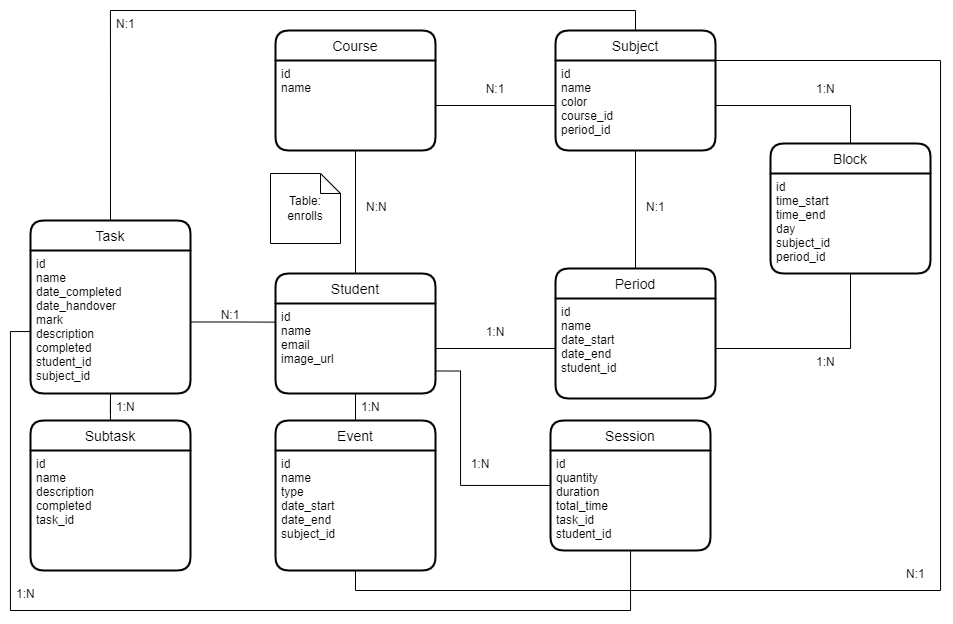
The draw.io diagram er_diagram.png in devjust4/powertask-backend, before a commit. Source tidied: cells renumbered, new cells last; positions are measured from the earlier drawing's top-left corner, leaving out a move shared by most shapes.
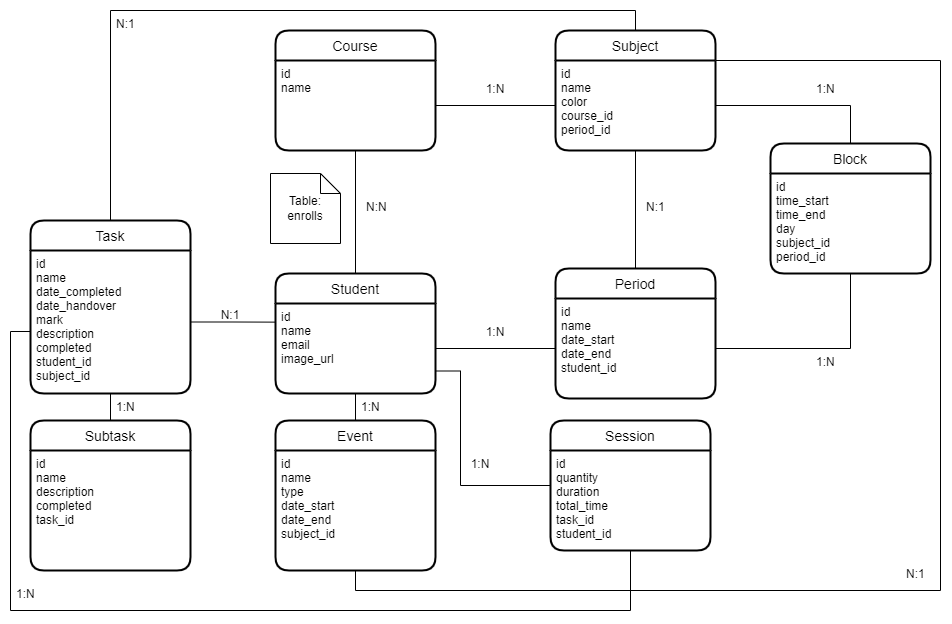
Above is the later version.

The edit, as a diff of the source:
```diff
@@ -29,7 +29,7 @@
     <mxCell id="10" value="id&#10;name&#10;color&#10;course_id&#10;period_id" style="align=left;strokeColor=none;fillColor=none;spacingLeft=4;fontSize=12;verticalAlign=top;rounded=1;shadow=0;" parent="9" vertex="1">
       <mxGeometry y="30" width="160" height="90" as="geometry" />
     </mxCell>
-    <mxCell id="11" value="N:1" style="text;strokeColor=none;fillColor=none;spacingLeft=4;spacingRight=4;overflow=hidden;fontSize=12;rounded=1;shadow=0;align=center;" parent="1" vertex="1">
+    <mxCell id="11" value="1:N" style="text;strokeColor=none;fillColor=none;spacingLeft=4;spacingRight=4;overflow=hidden;fontSize=12;rounded=1;shadow=0;align=center;" parent="1" vertex="1">
       <mxGeometry x="465" y="65" width="40" height="30" as="geometry" />
     </mxCell>
     <mxCell id="12" value="Task" style="swimlane;horizontal=1;startSize=30;rounded=1;fontSize=14;fontStyle=0;strokeWidth=2;shadow=0;dashed=0;align=center;sketch=0;" parent="1" vertex="1">
```
